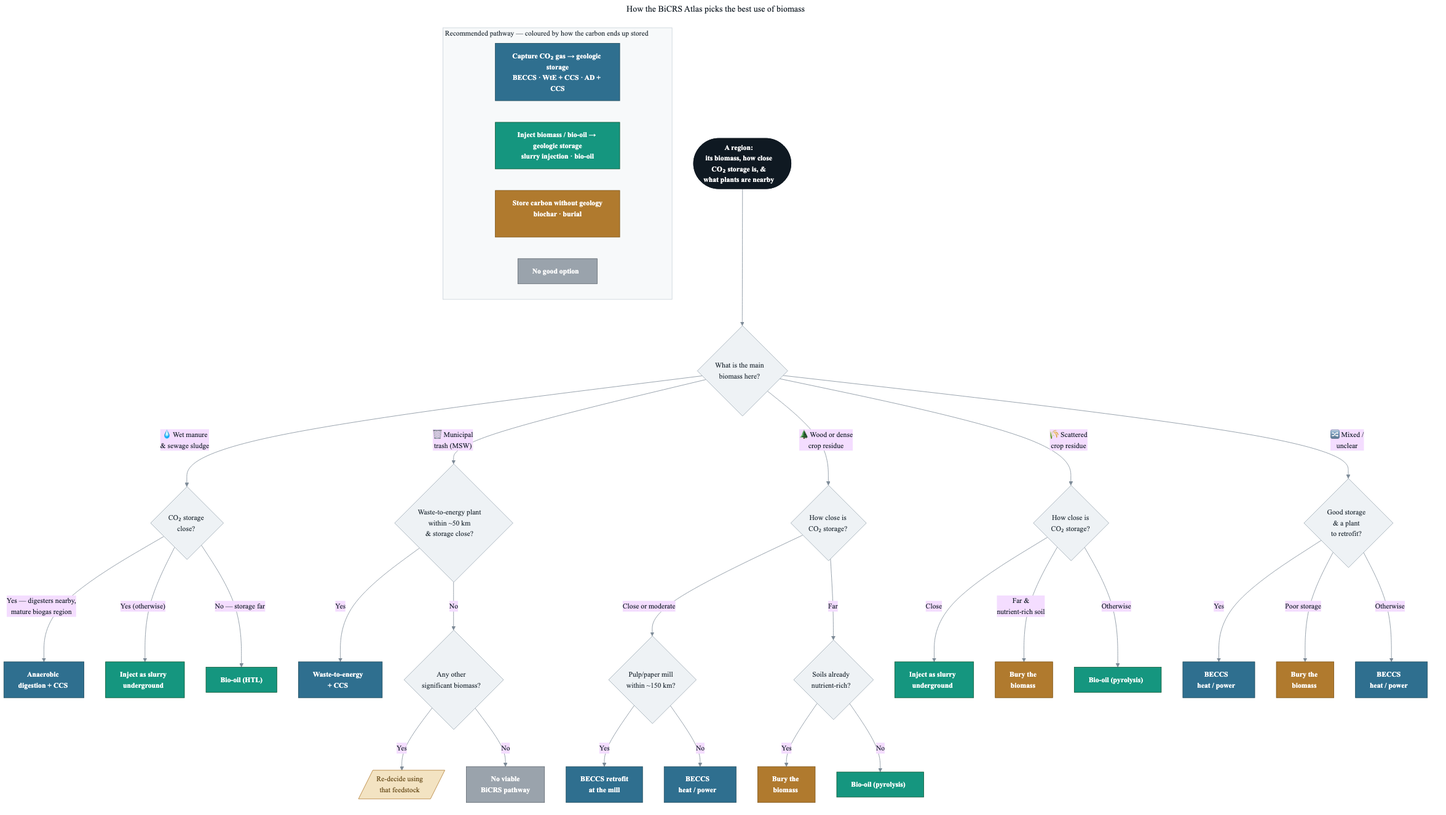
This is docs/recommendation_flowchart.png from hausfath/biomass_map, a Mermaid export, as it was before one commit. Its source is kept beside it as docs/recommendation_flowchart.mmd.
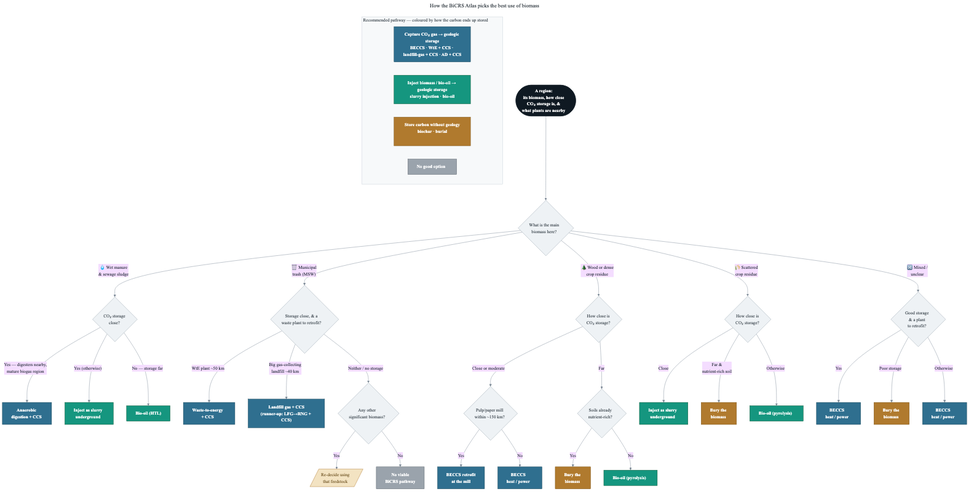
Above is the later version.

The edit, as a diff of the source:
```diff
@@ -20,9 +20,10 @@
     M -->|"Yes (otherwise)"| Minj["Inject as slurry<br/>underground"]
     M -->|"No — storage far"| Mbio["Bio-oil (HTL)"]
 
-    DOM -->|"🗑️ Municipal<br/>trash (MSW)"| W{Waste-to-energy plant<br/>within ~50 km<br/>& storage close?}
-    W -->|Yes| Wwte["Waste-to-energy<br/>+ CCS"]
-    W -->|No| Wsec{Any other<br/>significant biomass?}
+    DOM -->|"🗑️ Municipal<br/>trash (MSW)"| W{Storage close, & a<br/>waste plant to retrofit?}
+    W -->|"WtE plant ~50 km"| Wwte["Waste-to-energy<br/>+ CCS"]
+    W -->|"Big gas-collecting<br/>landfill ~40 km"| Wlfg["Landfill gas + CCS<br/>(runner-up: LFG→RNG + CCS)"]
+    W -->|"Neither / no storage"| Wsec{Any other<br/>significant biomass?}
     Wsec -->|Yes| Wre[/"Re-decide using<br/>that feedstock"/]
     Wsec -->|No| Wnone["No viable<br/>BiCRS pathway"]
 
@@ -46,7 +47,7 @@
 
     subgraph Legend["Recommended pathway — coloured by how the carbon ends up stored"]
         direction LR
-        L1["Capture CO₂ gas → geologic storage<br/>BECCS · WtE + CCS · AD + CCS"]
+        L1["Capture CO₂ gas → geologic storage<br/>BECCS · WtE + CCS · landfill-gas + CCS · AD + CCS"]
         L2["Inject biomass / bio-oil → geologic storage<br/>slurry injection · bio-oil"]
         L3["Store carbon without geology<br/>biochar · burial"]
         L4["No good option"]
@@ -62,7 +63,7 @@
 
     class Start start;
     class DOM,M,W,Wsec,C,Cmill,Cpoor,D,F q;
-    class Cpp,Cbe,Fbe,Fbe2,Wwte,Mad geo;
+    class Cpp,Cbe,Fbe,Fbe2,Wwte,Wlfg,Mad geo;
     class Minj,Dinj,Cbo,Dbo,Mbio inj;
     class Cbur,Dbur,Fbur store;
     class Wnone none;
```
